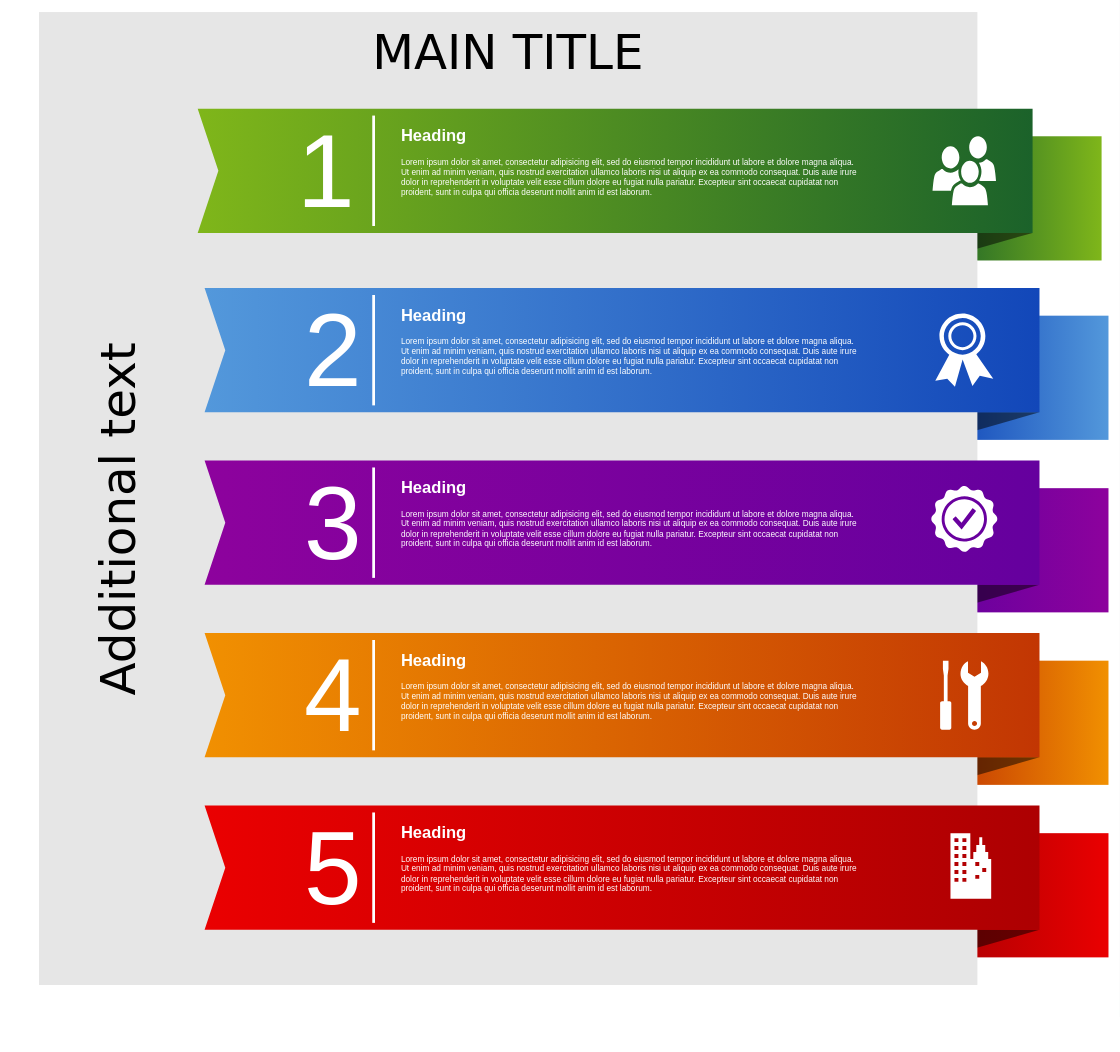
Above: Untitled Diagram.drawio in grjawer/planets (draw.io), before the change. Source tidied: cells renumbered, new cells numbered last; positions are measured from the earlier drawing's top-left corner, leaving out a move shared by most shapes. Both pictures are drawn from the tidied source at 69%, with x=0, y=0 at pixel (39, 12).
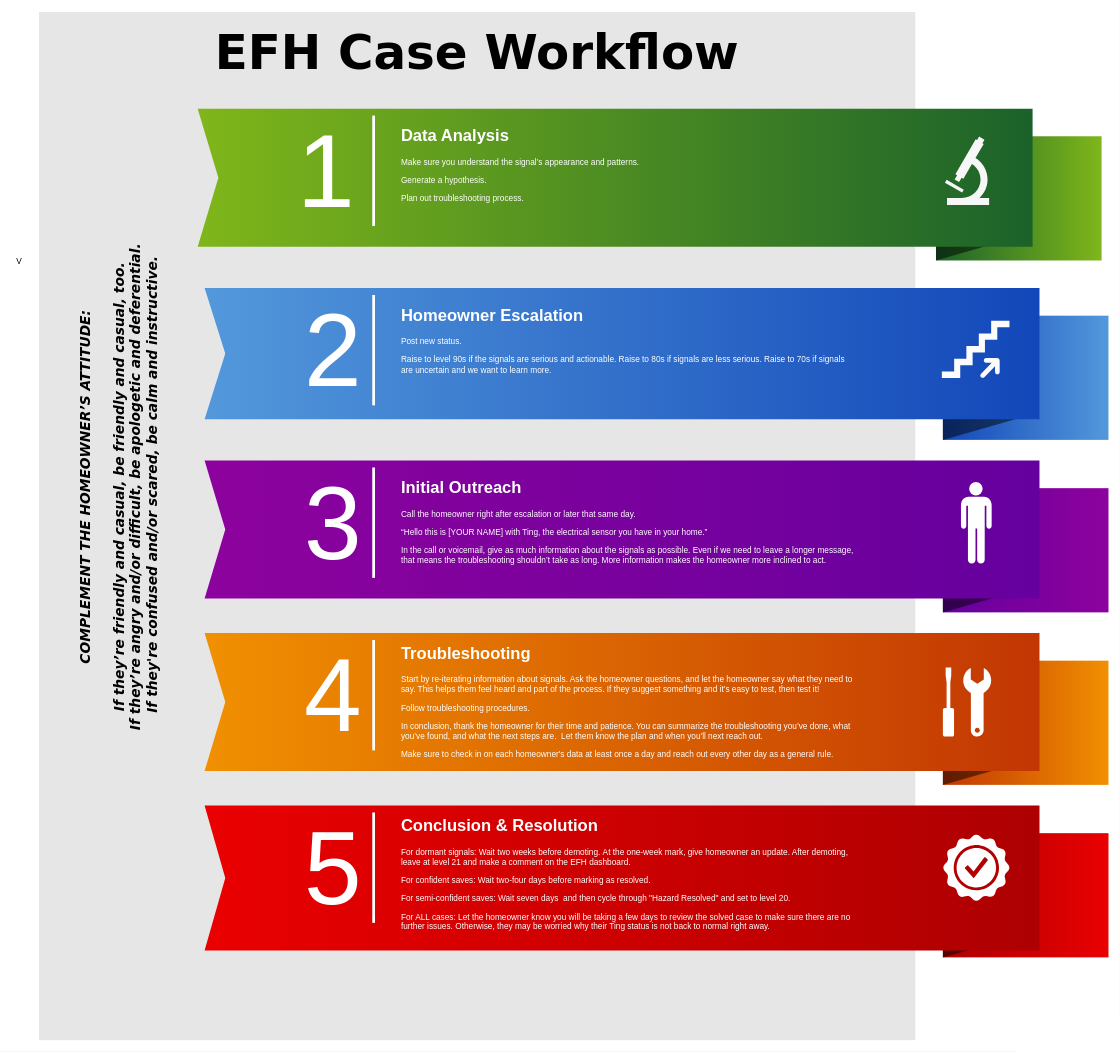
The same page after the edit.

What changed in the source:
```diff
@@
-    <mxCell id="12" value="MAIN TITLE" style="whiteSpace=wrap;html=1;rounded=0;shadow=0;dashed=0;strokeWidth=1;fillColor=#E6E6E6;fontFamily=Verdana;fontSize=70;strokeColor=none;verticalAlign=top;spacingTop=10;" parent="1" vertex="1">
-      <mxGeometry width="1360" height="1410" as="geometry" />
+    <mxCell id="12" value="&lt;b&gt;EFH Case Workflow&lt;/b&gt;" style="whiteSpace=wrap;html=1;rounded=0;shadow=0;dashed=0;strokeWidth=1;fillColor=#E6E6E6;fontFamily=Verdana;fontSize=70;strokeColor=none;verticalAlign=top;spacingTop=10;" parent="1" vertex="1">
+      <mxGeometry width="1270" height="1490" as="geometry" />
     </mxCell>
     <mxCell id="13" style="html=1;shadow=0;dashed=0;align=center;verticalAlign=middle;shape=mxgraph.arrows2.arrow;dy=0;dx=0;notch=30;rounded=0;strokeColor=none;strokeWidth=1;fillColor=#7FB61A;fontFamily=Tahoma;fontSize=10;fontColor=#FFFFFF;gradientColor=#1B622A;gradientDirection=east;" parent="1" vertex="1">
-      <mxGeometry x="230" y="140" width="1210" height="180" as="geometry" />
+      <mxGeometry x="230" y="140" width="1210" height="200" as="geometry" />
     </mxCell>
     <mxCell id="14" style="html=1;shadow=0;dashed=0;align=center;verticalAlign=middle;shape=mxgraph.arrows2.arrow;dy=0;dx=0;notch=30;rounded=0;strokeColor=none;strokeWidth=1;fillColor=#5398DB;fontFamily=Tahoma;fontSize=10;fontColor=#FFFFFF;gradientColor=#1247B9;gradientDirection=east;" parent="1" vertex="1">
-      <mxGeometry x="240" y="400" width="1210" height="180" as="geometry" />
+      <mxGeometry x="240" y="400" width="1210" height="190" as="geometry" />
     </mxCell>
     <mxCell id="15" style="html=1;shadow=0;dashed=0;align=center;verticalAlign=middle;shape=mxgraph.arrows2.arrow;dy=0;dx=0;notch=30;rounded=0;strokeColor=none;strokeWidth=1;fillColor=#8D029D;fontFamily=Tahoma;fontSize=10;fontColor=#FFFFFF;gradientColor=#65009E;gradientDirection=east;" parent="1" vertex="1">
-      <mxGeometry x="240" y="650" width="1210" height="180" as="geometry" />
+      <mxGeometry x="240" y="650" width="1210" height="200" as="geometry" />
     </mxCell>
     <mxCell id="16" style="html=1;shadow=0;dashed=0;align=center;verticalAlign=middle;shape=mxgraph.arrows2.arrow;dy=0;dx=0;notch=30;rounded=0;strokeColor=none;strokeWidth=1;fillColor=#F19001;fontFamily=Tahoma;fontSize=10;fontColor=#FFFFFF;gradientColor=#C23603;gradientDirection=east;" parent="1" vertex="1">
-      <mxGeometry x="240" y="900" width="1210" height="180" as="geometry" />
+      <mxGeometry x="240" y="900" width="1210" height="200" as="geometry" />
     </mxCell>
     <mxCell id="17" style="html=1;shadow=0;dashed=0;align=center;verticalAlign=middle;shape=mxgraph.arrows2.arrow;dy=0;dx=0;notch=30;rounded=0;strokeColor=none;strokeWidth=1;fillColor=#EA0001;fontFamily=Tahoma;fontSize=10;fontColor=#FFFFFF;gradientColor=#AD0002;gradientDirection=east;" parent="1" vertex="1">
-      <mxGeometry x="240" y="1150" width="1210" height="180" as="geometry" />
+      <mxGeometry x="240" y="1150" width="1210" height="210" as="geometry" />
     </mxCell>
-    <mxCell id="18" value="Additional text" style="text;html=1;strokeColor=none;fillColor=none;align=center;verticalAlign=middle;whiteSpace=wrap;rounded=0;shadow=0;dashed=0;fontFamily=Verdana;fontSize=70;horizontal=0;" parent="1" vertex="1">
-      <mxGeometry x="50" y="140" width="130" height="1190" as="geometry" />
+    <mxCell id="18" value="&lt;div style=&quot;font-size: 20px;&quot;&gt;&lt;font style=&quot;font-size: 20px;&quot;&gt;&lt;i style=&quot;&quot;&gt;&lt;b&gt;COMPLEMENT THE HOMEOWNER’S ATTITUDE:&amp;nbsp;&lt;/b&gt;&lt;/i&gt;&lt;/font&gt;&lt;/div&gt;&lt;div style=&quot;font-size: 20px;&quot;&gt;&lt;font style=&quot;font-size: 20px;&quot;&gt;&lt;i&gt;&lt;b&gt;&lt;br&gt;&lt;/b&gt;&lt;/i&gt;&lt;/font&gt;&lt;/div&gt;&lt;div style=&quot;font-size: 20px;&quot;&gt;&lt;font style=&quot;font-size: 20px;&quot;&gt;&lt;i&gt;&lt;b&gt;If they’re friendly and casual, be friendly and casual, too.&amp;nbsp;&lt;/b&gt;&lt;/i&gt;&lt;/font&gt;&lt;/div&gt;&lt;div style=&quot;font-size: 20px;&quot;&gt;&lt;font style=&quot;font-size: 20px;&quot;&gt;&lt;i&gt;&lt;b&gt;If they’re angry and/or difficult, be apologetic and deferential.&amp;nbsp;&lt;/b&gt;&lt;/i&gt;&lt;/font&gt;&lt;/div&gt;&lt;div style=&quot;font-size: 20px;&quot;&gt;&lt;i style=&quot;background-color: initial;&quot;&gt;&lt;b&gt;If they're confused and/or scared, be calm and instructive.&lt;/b&gt;&lt;/i&gt;&lt;br&gt;&lt;/div&gt;" style="text;html=1;strokeColor=none;fillColor=none;align=center;verticalAlign=middle;whiteSpace=wrap;rounded=0;shadow=0;dashed=0;fontFamily=Verdana;fontSize=70;horizontal=0;" parent="1" vertex="1">
+      <mxGeometry x="20" y="50" width="190" height="1270" as="geometry" />
     </mxCell>
@@
-    <mxCell id="29" value="&lt;h1&gt;Heading&lt;/h1&gt;&lt;p&gt;L&lt;span&gt;orem ipsum dolor sit amet, consectetur adipisicing elit, sed do eiusmod tempor incididunt ut labore et dolore magna aliqua. Ut enim ad minim veniam, quis nostrud exercitation ullamco laboris nisi ut aliquip ex ea commodo consequat. Duis aute irure dolor in reprehenderit in voluptate velit esse cillum dolore eu fugiat nulla pariatur. Excepteur sint occaecat cupidatat non proident, sunt in culpa qui officia deserunt mollit anim id est laborum.&lt;/span&gt;&lt;/p&gt;" style="text;html=1;strokeColor=none;fillColor=none;spacing=5;spacingTop=-20;whiteSpace=wrap;overflow=hidden;rounded=0;shadow=0;dashed=0;fontFamily=Helvetica;fontSize=12;fontColor=#FFFFFF;align=left;" parent="1" vertex="1">
+    <mxCell id="29" value="&lt;h1&gt;Data Analysis&lt;/h1&gt;&lt;p&gt;&lt;span style=&quot;background-color: initial;&quot;&gt;Make sure you understand the signal’s appearance and patterns.&amp;nbsp;&lt;/span&gt;&lt;/p&gt;&lt;p&gt;&lt;span style=&quot;background-color: initial;&quot;&gt;Generate a hypothesis.&amp;nbsp;&amp;nbsp;&lt;/span&gt;&lt;/p&gt;&lt;p&gt;&lt;span style=&quot;background-color: initial;&quot;&gt;Plan out troubleshooting process.&amp;nbsp;&lt;/span&gt;&lt;br&gt;&lt;/p&gt;" style="text;html=1;strokeColor=none;fillColor=none;spacing=5;spacingTop=-20;whiteSpace=wrap;overflow=hidden;rounded=0;shadow=0;dashed=0;fontFamily=Helvetica;fontSize=12;fontColor=#FFFFFF;align=left;" parent="1" vertex="1">
       <mxGeometry x="520" y="160" width="670" height="140" as="geometry" />
     </mxCell>
-    <mxCell id="30" value="&lt;h1&gt;Heading&lt;/h1&gt;&lt;p&gt;L&lt;span&gt;orem ipsum dolor sit amet, consectetur adipisicing elit, sed do eiusmod tempor incididunt ut labore et dolore magna aliqua. Ut enim ad minim veniam, quis nostrud exercitation ullamco laboris nisi ut aliquip ex ea commodo consequat. Duis aute irure dolor in reprehenderit in voluptate velit esse cillum dolore eu fugiat nulla pariatur. Excepteur sint occaecat cupidatat non proident, sunt in culpa qui officia deserunt mollit anim id est laborum.&lt;/span&gt;&lt;/p&gt;" style="text;html=1;strokeColor=none;fillColor=none;spacing=5;spacingTop=-20;whiteSpace=wrap;overflow=hidden;rounded=0;shadow=0;dashed=0;fontFamily=Helvetica;fontSize=12;fontColor=#FFFFFF;align=left;" parent="1" vertex="1">
+    <mxCell id="30" value="&lt;h1&gt;Homeowner Escalation&lt;/h1&gt;&lt;p&gt;Post new status.&amp;nbsp;&lt;/p&gt;&lt;p&gt;Raise to level 90s if the signals are serious and actionable. Raise to 80s if signals are less serious. Raise to 70s if signals are uncertain and we want to learn more.&lt;/p&gt;" style="text;html=1;strokeColor=none;fillColor=none;spacing=5;spacingTop=-20;whiteSpace=wrap;overflow=hidden;rounded=0;shadow=0;dashed=0;fontFamily=Helvetica;fontSize=12;fontColor=#FFFFFF;align=left;" parent="1" vertex="1">
       <mxGeometry x="520" y="420" width="670" height="140" as="geometry" />
     </mxCell>
-    <mxCell id="31" value="&lt;h1&gt;Heading&lt;/h1&gt;&lt;p&gt;L&lt;span&gt;orem ipsum dolor sit amet, consectetur adipisicing elit, sed do eiusmod tempor incididunt ut labore et dolore magna aliqua. Ut enim ad minim veniam, quis nostrud exercitation ullamco laboris nisi ut aliquip ex ea commodo consequat. Duis aute irure dolor in reprehenderit in voluptate velit esse cillum dolore eu fugiat nulla pariatur. Excepteur sint occaecat cupidatat non proident, sunt in culpa qui officia deserunt mollit anim id est laborum.&lt;/span&gt;&lt;/p&gt;" style="text;html=1;strokeColor=none;fillColor=none;spacing=5;spacingTop=-20;whiteSpace=wrap;overflow=hidden;rounded=0;shadow=0;dashed=0;fontFamily=Helvetica;fontSize=12;fontColor=#FFFFFF;align=left;" parent="1" vertex="1">
+    <mxCell id="31" value="&lt;h1&gt;Initial Outreach&lt;/h1&gt;&lt;p&gt;Call the homeowner right after escalation or later that same day.&lt;/p&gt;&lt;p&gt;&lt;span style=&quot;background-color: initial;&quot;&gt;“Hello this is [YOUR NAME] with Ting, the electrical sensor you have in your home.”&amp;nbsp;&lt;/span&gt;&lt;/p&gt;&lt;p&gt;&lt;span style=&quot;background-color: initial;&quot;&gt;In the call or voicemail, give as much information about the signals as possible.&amp;nbsp;&lt;/span&gt;&lt;span style=&quot;background-color: initial;&quot;&gt;Even if we need to leave a longer message, that means the troubleshooting shouldn’t take as long. More information makes&lt;/span&gt;&lt;span style=&quot;background-color: initial;&quot;&gt;&amp;nbsp;the homeowner more inclined to act.&amp;nbsp;&lt;/span&gt;&lt;/p&gt;" style="text;html=1;strokeColor=none;fillColor=none;spacing=5;spacingTop=-20;whiteSpace=wrap;overflow=hidden;rounded=0;shadow=0;dashed=0;fontFamily=Helvetica;fontSize=12;fontColor=#FFFFFF;align=left;" parent="1" vertex="1">
       <mxGeometry x="520" y="670" width="670" height="140" as="geometry" />
     </mxCell>
-    <mxCell id="32" value="&lt;h1&gt;Heading&lt;/h1&gt;&lt;p&gt;L&lt;span&gt;orem ipsum dolor sit amet, consectetur adipisicing elit, sed do eiusmod tempor incididunt ut labore et dolore magna aliqua. Ut enim ad minim veniam, quis nostrud exercitation ullamco laboris nisi ut aliquip ex ea commodo consequat. Duis aute irure dolor in reprehenderit in voluptate velit esse cillum dolore eu fugiat nulla pariatur. Excepteur sint occaecat cupidatat non proident, sunt in culpa qui officia deserunt mollit anim id est laborum.&lt;/span&gt;&lt;/p&gt;" style="text;html=1;strokeColor=none;fillColor=none;spacing=5;spacingTop=-20;whiteSpace=wrap;overflow=hidden;rounded=0;shadow=0;dashed=0;fontFamily=Helvetica;fontSize=12;fontColor=#FFFFFF;align=left;" parent="1" vertex="1">
-      <mxGeometry x="520" y="920" width="670" height="140" as="geometry" />
+    <mxCell id="32" value="&lt;h1&gt;Troubleshooting&lt;/h1&gt;&lt;p&gt;&lt;span style=&quot;background-color: initial;&quot;&gt;Start by re-iterating information about signals. Ask the homeowner questions, and l&lt;/span&gt;&lt;span style=&quot;background-color: initial;&quot;&gt;et the homeowner say what they need to say. This helps them feel heard and part of the process.&amp;nbsp;&lt;/span&gt;&lt;span style=&quot;background-color: initial;&quot;&gt;If they suggest something and it’s easy to test, then test it!&amp;nbsp;&lt;/span&gt;&lt;br&gt;&lt;/p&gt;&lt;p&gt;Follow troubleshooting procedures.&amp;nbsp;&lt;/p&gt;&lt;p&gt;&lt;span style=&quot;background-color: initial;&quot;&gt;In conclusion, thank the homeowner for their time and patience.&amp;nbsp;&lt;/span&gt;&lt;span style=&quot;background-color: initial;&quot;&gt;You can summarize the troubleshooting you’ve done, what you’ve found, and what the next steps are.&amp;nbsp;&lt;/span&gt;&lt;span style=&quot;background-color: initial;&quot;&gt;&amp;nbsp;Let them know the plan and when you'll next reach out.&amp;nbsp;&amp;nbsp;&lt;/span&gt;&lt;/p&gt;&lt;p&gt;Make sure to check in on each homeowner's data at least once a day and reach out every other day as a general rule.&lt;/p&gt;" style="text;html=1;strokeColor=none;fillColor=none;spacing=5;spacingTop=-20;whiteSpace=wrap;overflow=hidden;rounded=0;shadow=0;dashed=0;fontFamily=Helvetica;fontSize=12;fontColor=#FFFFFF;align=left;" parent="1" vertex="1">
+      <mxGeometry x="520" y="910" width="680" height="180" as="geometry" />
     </mxCell>
-    <mxCell id="33" value="&lt;h1&gt;Heading&lt;/h1&gt;&lt;p&gt;L&lt;span&gt;orem ipsum dolor sit amet, consectetur adipisicing elit, sed do eiusmod tempor incididunt ut labore et dolore magna aliqua. Ut enim ad minim veniam, quis nostrud exercitation ullamco laboris nisi ut aliquip ex ea commodo consequat. Duis aute irure dolor in reprehenderit in voluptate velit esse cillum dolore eu fugiat nulla pariatur. Excepteur sint occaecat cupidatat non proident, sunt in culpa qui officia deserunt mollit anim id est laborum.&lt;/span&gt;&lt;/p&gt;" style="text;html=1;strokeColor=none;fillColor=none;spacing=5;spacingTop=-20;whiteSpace=wrap;overflow=hidden;rounded=0;shadow=0;dashed=0;fontFamily=Helvetica;fontSize=12;fontColor=#FFFFFF;align=left;" parent="1" vertex="1">
-      <mxGeometry x="520" y="1170" width="670" height="140" as="geometry" />
+    <mxCell id="33" value="&lt;h1&gt;Conclusion &amp;amp; Resolution&lt;/h1&gt;&lt;p&gt;For dormant signals: Wait two weeks before demoting.&amp;nbsp;&lt;span style=&quot;background-color: initial;&quot;&gt;At the one-week mark, give homeowner an update. After demoting, leave at level 21 and make a comment on the EFH dashboard.&amp;nbsp;&lt;/span&gt;&lt;/p&gt;&lt;p&gt;&lt;span style=&quot;background-color: initial;&quot;&gt;For confident saves: Wait two-four days before marking as resolved.&lt;/span&gt;&lt;br&gt;&lt;/p&gt;&lt;p&gt;For semi-confident saves: W&lt;span style=&quot;background-color: initial;&quot;&gt;ait seven days&amp;nbsp; and then cycle through &quot;Hazard Resolved&quot; and set to level 20.&amp;nbsp;&lt;/span&gt;&lt;/p&gt;&lt;p&gt;For ALL cases:&amp;nbsp;&lt;span style=&quot;background-color: initial;&quot;&gt;Let the homeowner know you will be taking a few days to review the solved case to make sure there are no further issues. Otherwise, they may be worried why their Ting status is not back to normal right away.&lt;/span&gt;&lt;/p&gt;" style="text;html=1;strokeColor=none;fillColor=none;spacing=5;spacingTop=-20;whiteSpace=wrap;overflow=hidden;rounded=0;shadow=0;dashed=0;fontFamily=Helvetica;fontSize=12;fontColor=#FFFFFF;align=left;" parent="1" vertex="1">
+      <mxGeometry x="520" y="1160" width="670" height="190" as="geometry" />
     </mxCell>
-    <mxCell id="34" style="shadow=0;dashed=0;html=1;strokeColor=none;fillColor=#FFFFFF;labelPosition=center;verticalLabelPosition=bottom;verticalAlign=top;shape=mxgraph.office.users.users;rounded=0;fontFamily=Helvetica;fontSize=12;fontColor=#FFFFFF;align=left;" parent="1" vertex="1">
-      <mxGeometry x="1295" y="180" width="92" height="100" as="geometry" />
-    </mxCell>
-    <mxCell id="35" style="shadow=0;dashed=0;html=1;strokeColor=none;fillColor=#FFFFFF;labelPosition=center;verticalLabelPosition=bottom;verticalAlign=top;shape=mxgraph.office.security.token;rounded=0;fontFamily=Helvetica;fontSize=12;fontColor=#FFFFFF;align=left;" parent="1" vertex="1">
-      <mxGeometry x="1299" y="437" width="84" height="106" as="geometry" />
-    </mxCell>
     <mxCell id="36" style="shadow=0;dashed=0;html=1;strokeColor=none;fillColor=#FFFFFF;labelPosition=center;verticalLabelPosition=bottom;verticalAlign=top;shape=mxgraph.office.concepts.best_practices;rounded=0;fontFamily=Helvetica;fontSize=12;fontColor=#FFFFFF;align=left;" parent="1" vertex="1">
-      <mxGeometry x="1292.5" y="686" width="97" height="97" as="geometry" />
+      <mxGeometry x="1310" y="1191.5" width="97" height="97" as="geometry" />
     </mxCell>
     <mxCell id="37" style="shadow=0;dashed=0;html=1;strokeColor=none;fillColor=#FFFFFF;labelPosition=center;verticalLabelPosition=bottom;verticalAlign=top;shape=mxgraph.office.concepts.maintenance;rounded=0;fontFamily=Helvetica;fontSize=12;fontColor=#FFFFFF;align=left;" parent="1" vertex="1">
-      <mxGeometry x="1306" y="940" width="70" height="100" as="geometry" />
+      <mxGeometry x="1310" y="950" width="70" height="100" as="geometry" />
     </mxCell>
-    <mxCell id="38" style="shadow=0;dashed=0;html=1;strokeColor=none;fillColor=#FFFFFF;labelPosition=center;verticalLabelPosition=bottom;verticalAlign=top;shape=mxgraph.office.concepts.on_premises;rounded=0;fontFamily=Helvetica;fontSize=12;fontColor=#FFFFFF;align=left;" parent="1" vertex="1">
-      <mxGeometry x="1321" y="1190" width="59" height="95" as="geometry" />
-    </mxCell>
+    <mxCell id="39" style="shape=mxgraph.signs.travel.upstairs;html=1;fillColor=#FCFCFC;strokeColor=none;verticalLabelPosition=bottom;verticalAlign=top;align=center;sketch=0;" parent="1" vertex="1">
+      <mxGeometry x="1308.5" y="447.5" width="98" height="85" as="geometry" />
+    </mxCell>
+    <mxCell id="40" style="shape=mxgraph.signs.science.microscope;html=1;fillColor=#F7F7F7;strokeColor=none;verticalLabelPosition=bottom;verticalAlign=top;align=center;sketch=0;" parent="1" vertex="1">
+      <mxGeometry x="1313" y="180.5" width="64" height="99" as="geometry" />
+    </mxCell>
+    <mxCell id="41" style="shape=mxgraph.signs.people.man_1;html=1;fillColor=#FFFFFF;strokeColor=none;verticalLabelPosition=bottom;verticalAlign=top;align=center;sketch=0;" parent="1" vertex="1">
+      <mxGeometry x="1336.2" y="681" width="44.5" height="118" as="geometry" />
+    </mxCell>
+    <mxCell id="42" value="V" style="text;html=1;align=center;verticalAlign=middle;" parent="1" vertex="1">
+      <mxGeometry x="-39" y="352" width="20" height="20" as="geometry" />
+    </mxCell>
```
